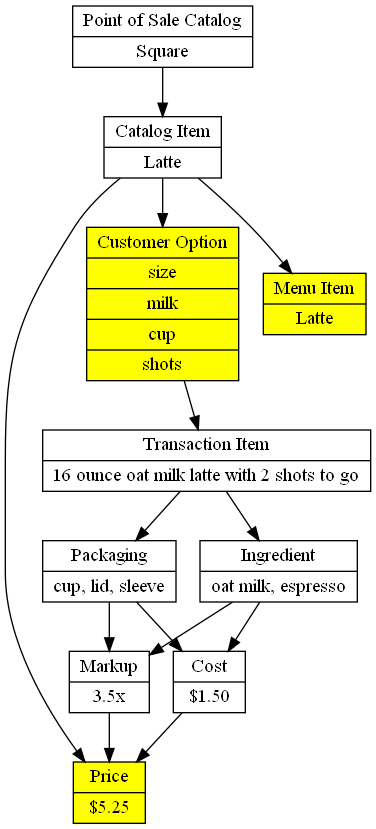
Earlier version of the PlantUML export apps/fernwood-costing/_entropy/plantUML/point-of-sale-costing-dag.png (fernwoodcafe/fernwoodcafe.github.io). Its source is kept beside it as apps/fernwood-costing/_entropy/plantUML/point-of-sale-costing-dag.puml.
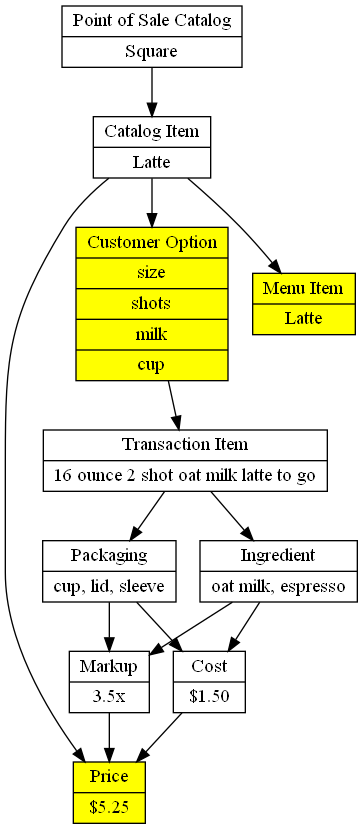
The same diagram one commit later.

Commit message:
Create latte projection

Change to the diagram source:
```diff
@@ -24,7 +24,7 @@
 
   POS_Line_Item [
     shape=record
-    label = "{Transaction Item |16 ounce oat milk latte with 2 shots to go}"
+    label = "{Transaction Item |16 ounce 2 shot oat milk latte to go}"
   ]
 
   Menu_Item_Name [
@@ -36,7 +36,7 @@
 
   Customer_Option [
     shape=record
-    label = "{Customer Option|size|milk|cup|shots}"
+    label = "{Customer Option|size|shots|milk|cup}"
     style=filled
     fillcolor=yellow
   ]
```
